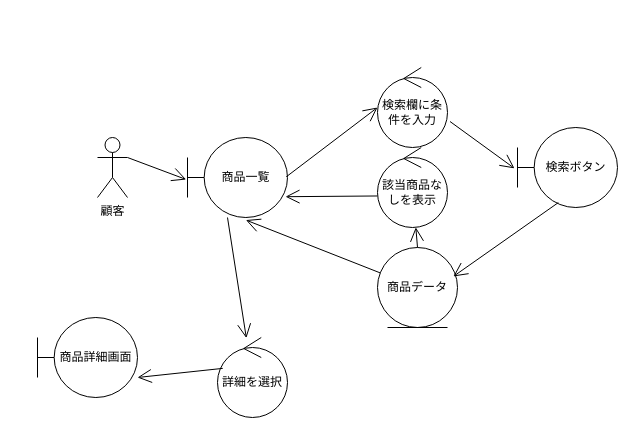
The draw.io diagram group/3-3_総合演習1_BBショップ注文管理システム/ロバストネス図/lo_c_03_look.drawio in ko246/ohara_uml, before the edit. Source tidied: cells renumbered, new cells numbered last; positions are measured from the earlier drawing's top-left corner, leaving out a move shared by most shapes. Both pictures are drawn from the tidied source at 100%, with x=0, y=0 at pixel (37, 67).
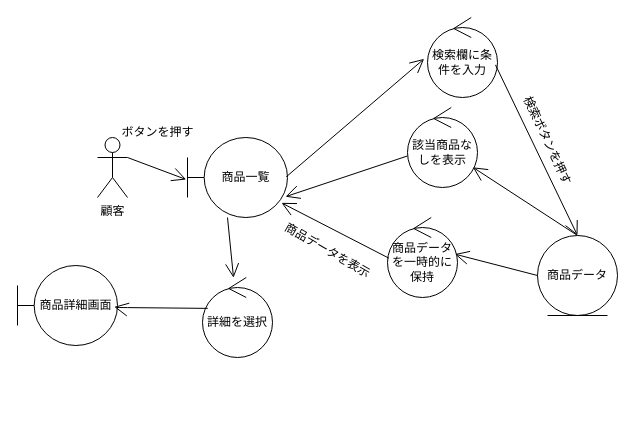
The same page after the edit.

The change refers to these unchanged cells:
```xml
<mxCell id="3" value="商品一覧" style="shape=umlBoundary;whiteSpace=wrap;html=1;" parent="1" vertex="1">
  <mxGeometry x="150" y="70" width="100" height="80" as="geometry" />
</mxCell>
```

Change to the diagram source:
```diff
@@
-    <mxCell id="5" style="endArrow=open;endFill=1;endSize=12;html=1;entryX=0;entryY=0.5;entryDx=0;entryDy=0;exitX=0.987;exitY=0.492;exitDx=0;exitDy=0;exitPerimeter=0;" parent="1" edge="1" source="3">
-      <mxGeometry relative="1" as="geometry">
-        <mxPoint x="340" y="40" as="targetPoint" />
-      </mxGeometry>
+    <mxCell id="5" style="endArrow=open;endFill=1;endSize=12;html=1;entryX=-0.048;entryY=0.517;entryDx=0;entryDy=0;exitX=0.987;exitY=0.492;exitDx=0;exitDy=0;exitPerimeter=0;entryPerimeter=0;" parent="1" edge="1" source="3" target="6">
+      <mxGeometry relative="1" as="geometry" />
     </mxCell>
     <mxCell id="6" value="検索欄に条件を入力" style="ellipse;shape=umlControl;whiteSpace=wrap;html=1;" parent="1" vertex="1">
-      <mxGeometry x="340" width="70" height="80" as="geometry" />
+      <mxGeometry x="390" y="-50" width="70" height="80" as="geometry" />
     </mxCell>
-    <mxCell id="7" value="検索ボタン" style="shape=umlBoundary;whiteSpace=wrap;html=1;" parent="1" vertex="1">
-      <mxGeometry x="480" y="60" width="100" height="80" as="geometry" />
-    </mxCell>
-    <mxCell id="8" style="endArrow=open;endFill=1;endSize=12;html=1;exitX=1.036;exitY=0.675;exitDx=0;exitDy=0;exitPerimeter=0;entryX=-0.03;entryY=0.511;entryDx=0;entryDy=0;entryPerimeter=0;" parent="1" edge="1" source="6" target="7">
-      <mxGeometry relative="1" as="geometry" />
-    </mxCell>
     <mxCell id="9" value="商品データ" style="ellipse;shape=umlEntity;whiteSpace=wrap;html=1;" parent="1" vertex="1">
-      <mxGeometry x="340" y="180" width="80" height="80" as="geometry" />
+      <mxGeometry x="500" y="168" width="80" height="80" as="geometry" />
     </mxCell>
-    <mxCell id="10" style="endArrow=open;endFill=1;endSize=12;html=1;exitX=0.408;exitY=0.939;exitDx=0;exitDy=0;exitPerimeter=0;entryX=0.948;entryY=0.362;entryDx=0;entryDy=0;entryPerimeter=0;" parent="1" edge="1" source="7" target="9">
+    <mxCell id="10" style="endArrow=open;endFill=1;endSize=12;html=1;exitX=0.971;exitY=0.592;exitDx=0;exitDy=0;exitPerimeter=0;entryX=0.5;entryY=0;entryDx=0;entryDy=0;" parent="1" edge="1" source="6" target="9">
       <mxGeometry relative="1" as="geometry" />
     </mxCell>
-    <mxCell id="11" style="endArrow=open;endFill=1;endSize=12;html=1;entryX=0.584;entryY=1.032;entryDx=0;entryDy=0;entryPerimeter=0;" parent="1" edge="1" source="9" target="3">
-      <mxGeometry relative="1" as="geometry" />
-    </mxCell>
     <mxCell id="12" value="詳細を選択" style="ellipse;shape=umlControl;whiteSpace=wrap;html=1;" parent="1" vertex="1">
-      <mxGeometry x="180" y="270" width="70" height="80" as="geometry" />
+      <mxGeometry x="165" y="210" width="70" height="80" as="geometry" />
     </mxCell>
     <mxCell id="13" value="商品詳細画面" style="shape=umlBoundary;whiteSpace=wrap;html=1;" parent="1" vertex="1">
-      <mxGeometry y="250" width="100" height="80" as="geometry" />
+      <mxGeometry x="-20" y="198" width="100" height="80" as="geometry" />
     </mxCell>
-    <mxCell id="14" style="endArrow=open;endFill=1;endSize=12;html=1;exitX=0.075;exitY=0.386;exitDx=0;exitDy=0;exitPerimeter=0;entryX=1;entryY=0.75;entryDx=0;entryDy=0;entryPerimeter=0;" parent="1" edge="1" source="12" target="13">
-      <mxGeometry relative="1" as="geometry" />
+    <mxCell id="14" style="endArrow=open;endFill=1;endSize=12;html=1;exitX=0.075;exitY=0.386;exitDx=0;exitDy=0;exitPerimeter=0;entryX=0.967;entryY=0.517;entryDx=0;entryDy=0;entryPerimeter=0;" parent="1" edge="1" source="12" target="13">
+      <mxGeometry relative="1" as="geometry">
+        <Array as="points">
+          <mxPoint x="80" y="240" />
+        </Array>
+      </mxGeometry>
     </mxCell>
@@
     <mxCell id="16" value="該当商品なしを表示" style="ellipse;shape=umlControl;whiteSpace=wrap;html=1;" parent="1" vertex="1">
-      <mxGeometry x="340" y="80" width="70" height="80" as="geometry" />
+      <mxGeometry x="370" y="40" width="70" height="80" as="geometry" />
     </mxCell>
@@
+    <mxCell id="19" value="ボタンを押す" style="text;html=1;align=center;verticalAlign=middle;strokeColor=none;fillColor=none;" parent="1" vertex="1">
+      <mxGeometry x="70" y="50" width="100" height="30" as="geometry" />
+    </mxCell>
+    <mxCell id="20" value="検索ボタンを押す" style="text;html=1;align=center;verticalAlign=middle;strokeColor=none;fillColor=none;rotation=65;" parent="1" vertex="1">
+      <mxGeometry x="450" y="58" width="120" height="30" as="geometry" />
+    </mxCell>
+    <mxCell id="21" value="商品データを一時的に保持" style="ellipse;shape=umlControl;whiteSpace=wrap;html=1;" parent="1" vertex="1">
+      <mxGeometry x="350" y="150" width="70" height="80" as="geometry" />
+    </mxCell>
+    <mxCell id="22" style="endArrow=open;endFill=1;endSize=12;html=1;exitX=0;exitY=0.5;exitDx=0;exitDy=0;entryX=0.962;entryY=0.458;entryDx=0;entryDy=0;entryPerimeter=0;" parent="1" edge="1" source="9" target="21">
+      <mxGeometry relative="1" as="geometry" />
+    </mxCell>
+    <mxCell id="23" style="endArrow=open;endFill=1;endSize=12;html=1;exitX=0.019;exitY=0.508;exitDx=0;exitDy=0;exitPerimeter=0;entryX=0.94;entryY=0.817;entryDx=0;entryDy=0;entryPerimeter=0;" parent="1" edge="1" source="21" target="3">
+      <mxGeometry relative="1" as="geometry" />
+    </mxCell>
+    <mxCell id="24" value="商品データを表示" style="text;html=1;align=center;verticalAlign=middle;strokeColor=none;fillColor=none;rotation=30;" parent="1" vertex="1">
+      <mxGeometry x="230" y="168" width="120" height="30" as="geometry" />
+    </mxCell>
```
